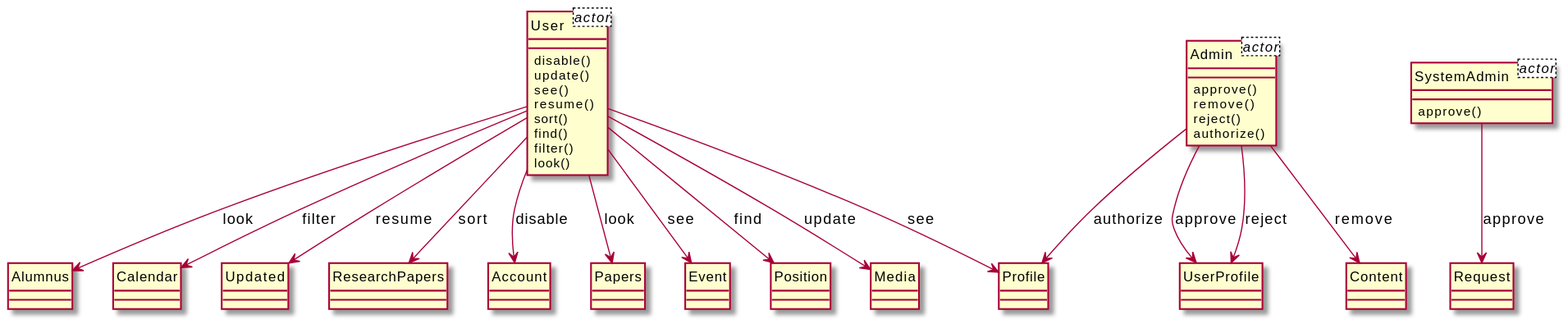
Earlier version of the PlantUML export output/diagram_5/2019-USC-Project01.svg (xixixhalu/DomainModelExtractor).
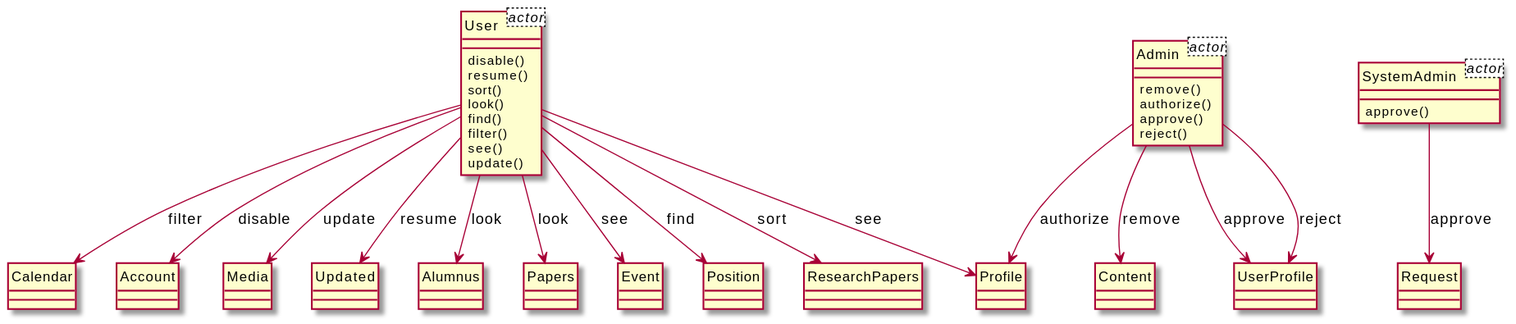
After the commit.

Change to the diagram source:
```diff
@@ -8,62 +8,62 @@
 }
 class User {
 	disable()
-	update()
-	see()
 	resume()
 	sort()
+	look()
 	find()
 	filter()
-	look()
+	see()
+	update()
 }
 class Papers {
-}
-class Admin {
-	approve()
-	remove()
-	reject()
-	authorize()
-}
-class Content {
 }
 class Event {
 }
 class Position {
+}
+class ResearchPapers {
+}
+class Admin {
+	remove()
+	authorize()
+	approve()
+	reject()
+}
+class Profile {
+}
+class UserProfile {
+}
+class Calendar {
+}
+class Account {
+}
+class Media {
+}
+class Updated {
 }
 class SystemAdmin {
 	approve()
 }
 class Request {
 }
-class Media {
-}
-class Profile {
+class Content {
 }
 class Alumnus {
 }
-class Calendar {
-}
-class UserProfile {
-}
-class Updated {
-}
-class ResearchPapers {
-}
-class Account {
-}
+User --> Updated : resume
+User --> Papers : look
+Admin --> Content : remove
+Admin --> UserProfile : reject
+User --> ResearchPapers : sort
+User --> Profile : see
+User --> Media : update
+User --> Event : see
+User --> Alumnus : look
+User --> Calendar : filter
 SystemAdmin --> Request : approve
-User --> Event : see
-User --> Papers : look
-User --> Alumnus : look
-User --> ResearchPapers : sort
+Admin --> UserProfile : approve
 Admin --> Profile : authorize
-User --> Media : update
 User --> Position : find
-User --> Updated : resume
-User --> Calendar : filter
 User --> Account : disable
-Admin --> Content : remove
-User --> Profile : see
-Admin --> UserProfile : approve
-Admin --> UserProfile : reject
 @enduml
```
